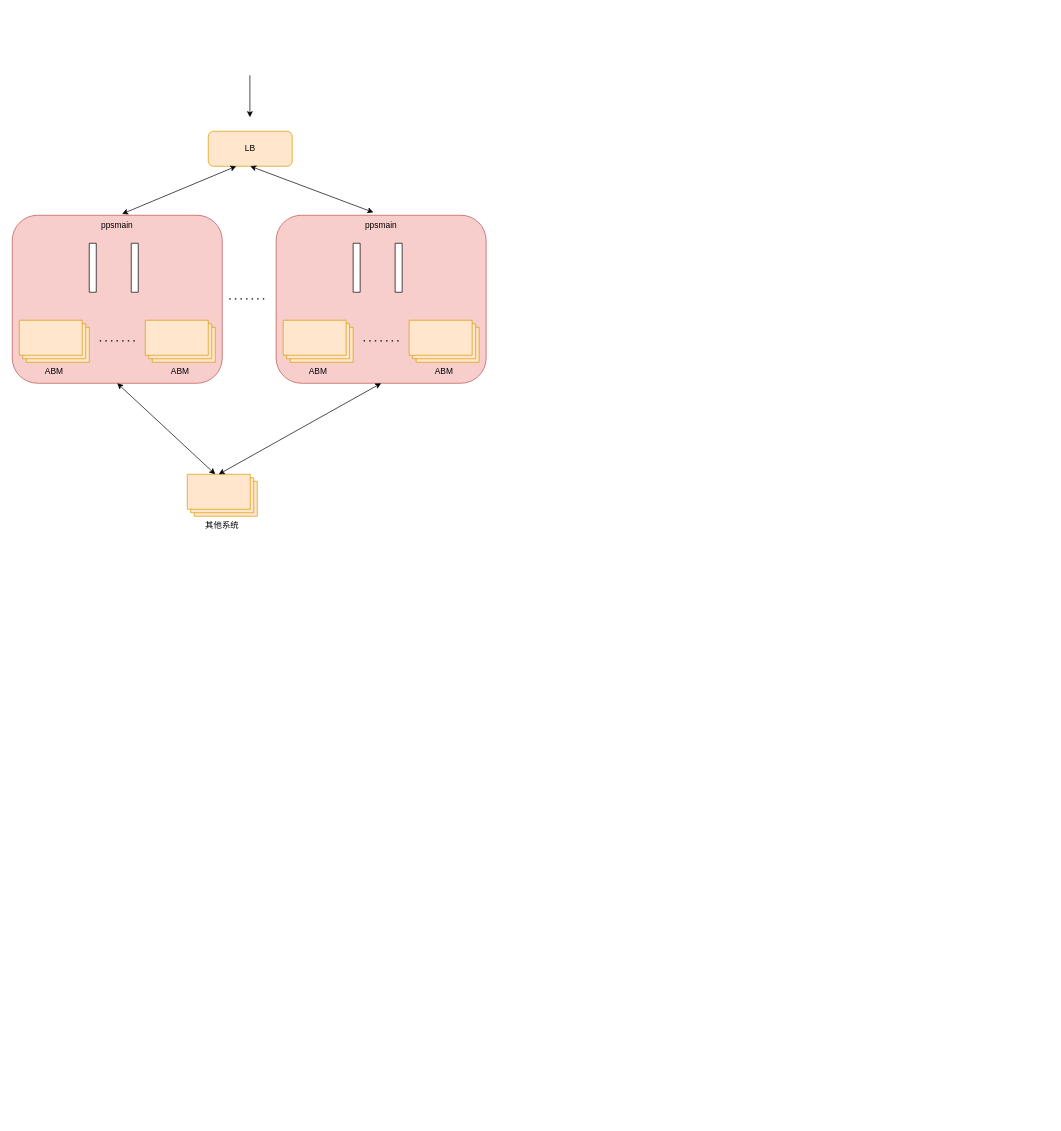
The draw.io diagram 未命名绘图22.drawio in buf1024/drawio, before the edit. Source tidied: cells renumbered, new cells numbered last; positions are measured from the earlier drawing's top-left corner, leaving out a move shared by most shapes. Both pictures are drawn from the tidied source at 70%, with x=0, y=0 at pixel (12, 75).
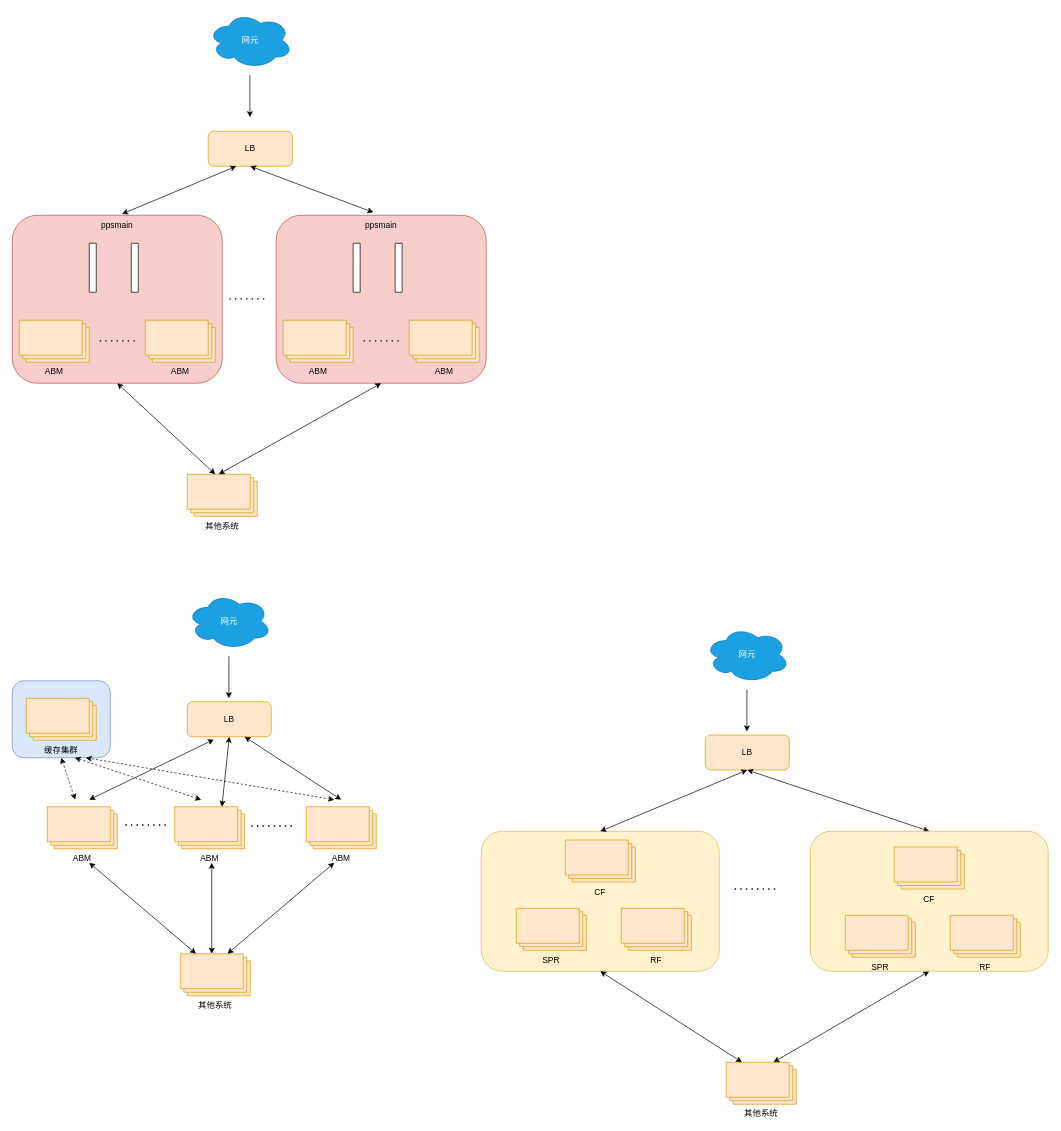
The same page after the edit.

Commit message (it also covers changes not shown here):
更新未命名绘图22.drawio

Diff of the diagram source:
```diff
@@
+    <mxCell id="22" style="rounded=1;whiteSpace=wrap;html=1;fillColor=#fff2cc;strokeColor=#d6b656;" parent="1" vertex="1">
+      <mxGeometry x="670" y="1080" width="340" height="200" as="geometry" />
+    </mxCell>
+    <mxCell id="23" style="rounded=1;whiteSpace=wrap;html=1;fillColor=#dae8fc;strokeColor=#6c8ebf;" parent="1" vertex="1">
+      <mxGeometry y="865" width="140" height="110" as="geometry" />
+    </mxCell>
@@
+    <mxCell id="24" value="LB" style="rounded=1;whiteSpace=wrap;html=1;fillColor=#ffe6cc;strokeColor=#d79b00;" parent="1" vertex="1">
+      <mxGeometry x="250" y="895" width="120" height="50" as="geometry" />
+    </mxCell>
+    <mxCell id="25" value="ABM" style="verticalLabelPosition=bottom;verticalAlign=top;html=1;shape=mxgraph.basic.layered_rect;dx=10;whiteSpace=wrap;fillColor=#ffe6cc;strokeColor=#d79b00;" parent="1" vertex="1">
+      <mxGeometry x="50" y="1045" width="100" height="60" as="geometry" />
+    </mxCell>
+    <mxCell id="26" style="endArrow=classic;html=1;rounded=0;" parent="1" edge="1">
+      <mxGeometry relative="1" as="geometry">
+        <mxPoint x="309.5" y="830" as="sourcePoint" />
+        <mxPoint x="309.5" y="890" as="targetPoint" />
+      </mxGeometry>
+    </mxCell>
+    <mxCell id="27" value="ABM" style="verticalLabelPosition=bottom;verticalAlign=top;html=1;shape=mxgraph.basic.layered_rect;dx=10;outlineConnect=0;whiteSpace=wrap;fillColor=#ffe6cc;strokeColor=#d79b00;" parent="1" vertex="1">
+      <mxGeometry x="232" y="1045" width="100" height="60" as="geometry" />
+    </mxCell>
+    <mxCell id="28" value="ABM" style="verticalLabelPosition=bottom;verticalAlign=top;html=1;shape=mxgraph.basic.layered_rect;dx=10;whiteSpace=wrap;fillColor=#ffe6cc;strokeColor=#d79b00;" parent="1" vertex="1">
+      <mxGeometry x="420" y="1045" width="100" height="60" as="geometry" />
+    </mxCell>
+    <mxCell id="29" value="其他系统" style="verticalLabelPosition=bottom;verticalAlign=top;html=1;shape=mxgraph.basic.layered_rect;dx=10;outlineConnect=0;whiteSpace=wrap;fillColor=#ffe6cc;strokeColor=#d79b00;" parent="1" vertex="1">
+      <mxGeometry x="240" y="1255" width="100" height="60" as="geometry" />
+    </mxCell>
+    <mxCell id="30" style="endArrow=classic;startArrow=classic;html=1;rounded=0;entryX=0.317;entryY=1.08;entryDx=0;entryDy=0;entryPerimeter=0;" parent="1" edge="1" target="24">
+      <mxGeometry relative="1" as="geometry">
+        <mxPoint x="110" y="1035" as="sourcePoint" />
+      </mxGeometry>
+    </mxCell>
+    <mxCell id="31" style="endArrow=classic;startArrow=classic;html=1;rounded=0;exitX=0.683;exitY=1;exitDx=0;exitDy=0;exitPerimeter=0;" parent="1" edge="1" source="24">
+      <mxGeometry relative="1" as="geometry">
+        <mxPoint x="470" y="1035" as="targetPoint" />
+      </mxGeometry>
+    </mxCell>
+    <mxCell id="32" style="endArrow=classic;startArrow=classic;html=1;rounded=0;entryX=0.5;entryY=1;entryDx=0;entryDy=0;exitX=0;exitY=0;exitDx=22.5;exitDy=0;exitPerimeter=0;" parent="1" edge="1" source="29">
+      <mxGeometry relative="1" as="geometry">
+        <mxPoint x="110" y="1125" as="targetPoint" />
+      </mxGeometry>
+    </mxCell>
+    <mxCell id="33" style="endArrow=classic;startArrow=classic;html=1;rounded=0;exitX=0;exitY=0;exitDx=45;exitDy=0;exitPerimeter=0;" parent="1" edge="1" source="29">
+      <mxGeometry relative="1" as="geometry">
+        <mxPoint x="285" y="1125" as="targetPoint" />
+      </mxGeometry>
+    </mxCell>
+    <mxCell id="34" style="endArrow=none;dashed=1;html=1;dashPattern=1 3;strokeWidth=2;rounded=0;" parent="1" edge="1">
+      <mxGeometry relative="1" as="geometry">
+        <mxPoint x="161.5" y="1071" as="sourcePoint" />
+        <mxPoint x="220" y="1071" as="targetPoint" />
+      </mxGeometry>
+    </mxCell>
+    <mxCell id="35" style="endArrow=none;dashed=1;html=1;dashPattern=1 3;strokeWidth=2;rounded=0;" parent="1" edge="1">
+      <mxGeometry relative="1" as="geometry">
+        <mxPoint x="341.5" y="1072.5" as="sourcePoint" />
+        <mxPoint x="400" y="1072.5" as="targetPoint" />
+      </mxGeometry>
+    </mxCell>
+    <mxCell id="36" style="endArrow=classic;startArrow=classic;html=1;rounded=0;exitX=0.5;exitY=1;exitDx=0;exitDy=0;entryX=0;entryY=0;entryDx=67.5;entryDy=0;entryPerimeter=0;" parent="1" edge="1" source="24" target="27">
+      <mxGeometry relative="1" as="geometry" />
+    </mxCell>
+    <mxCell id="37" style="endArrow=classic;startArrow=classic;html=1;rounded=0;exitX=0;exitY=0;exitDx=67.5;exitDy=0;exitPerimeter=0;" parent="1" edge="1" source="29">
+      <mxGeometry relative="1" as="geometry">
+        <mxPoint x="460" y="1125" as="targetPoint" />
+      </mxGeometry>
+    </mxCell>
+    <mxCell id="38" value="缓存集群" style="verticalLabelPosition=bottom;verticalAlign=top;html=1;shape=mxgraph.basic.layered_rect;dx=10;whiteSpace=wrap;fillColor=#ffe6cc;strokeColor=#d79b00;" parent="1" vertex="1">
+      <mxGeometry x="20" y="890" width="100" height="60" as="geometry" />
+    </mxCell>
+    <mxCell id="39" style="endArrow=classic;startArrow=classic;html=1;rounded=0;dashed=1;entryX=0.5;entryY=1;entryDx=0;entryDy=0;" parent="1" edge="1" target="23">
+      <mxGeometry relative="1" as="geometry">
+        <mxPoint x="90" y="1035" as="sourcePoint" />
+      </mxGeometry>
+    </mxCell>
+    <mxCell id="40" style="endArrow=classic;startArrow=classic;html=1;rounded=0;dashed=1;entryX=0.638;entryY=1;entryDx=0;entryDy=0;entryPerimeter=0;" parent="1" edge="1" target="23">
+      <mxGeometry relative="1" as="geometry">
+        <mxPoint x="270" y="1035" as="sourcePoint" />
+      </mxGeometry>
+    </mxCell>
+    <mxCell id="41" style="endArrow=classic;startArrow=classic;html=1;rounded=0;dashed=1;entryX=0.75;entryY=1;entryDx=0;entryDy=0;" parent="1" edge="1" target="23">
+      <mxGeometry relative="1" as="geometry">
+        <mxPoint x="460" y="1035" as="sourcePoint" />
+      </mxGeometry>
+    </mxCell>
+    <mxCell id="42" value="网元" style="ellipse;shape=cloud;whiteSpace=wrap;html=1;fillColor=#1ba1e2;strokeColor=#006EAF;fontColor=#ffffff;" parent="1" vertex="1">
+      <mxGeometry x="280" y="-90" width="120" height="80" as="geometry" />
+    </mxCell>
+    <mxCell id="43" value="网元" style="ellipse;shape=cloud;whiteSpace=wrap;html=1;fillColor=#1ba1e2;strokeColor=#006EAF;fontColor=#ffffff;" parent="1" vertex="1">
+      <mxGeometry x="250" y="740" width="120" height="80" as="geometry" />
+    </mxCell>
+    <mxCell id="44" value="LB" style="rounded=1;whiteSpace=wrap;html=1;fillColor=#ffe6cc;strokeColor=#d79b00;" parent="1" vertex="1">
+      <mxGeometry x="990" y="942.5" width="120" height="50" as="geometry" />
+    </mxCell>
+    <mxCell id="45" value="CF" style="verticalLabelPosition=bottom;verticalAlign=top;html=1;shape=mxgraph.basic.layered_rect;dx=10;whiteSpace=wrap;fillColor=#ffe6cc;strokeColor=#d79b00;" parent="1" vertex="1">
+      <mxGeometry x="790" y="1092.5" width="100" height="60" as="geometry" />
+    </mxCell>
+    <mxCell id="46" style="endArrow=classic;html=1;rounded=0;" parent="1" edge="1">
+      <mxGeometry relative="1" as="geometry">
+        <mxPoint x="1049.5" y="877.5" as="sourcePoint" />
+        <mxPoint x="1049.5" y="937.5" as="targetPoint" />
+      </mxGeometry>
+    </mxCell>
+    <mxCell id="47" value="其他系统" style="verticalLabelPosition=bottom;verticalAlign=top;html=1;shape=mxgraph.basic.layered_rect;dx=10;outlineConnect=0;whiteSpace=wrap;fillColor=#ffe6cc;strokeColor=#d79b00;" parent="1" vertex="1">
+      <mxGeometry x="1020" y="1410" width="100" height="60" as="geometry" />
+    </mxCell>
+    <mxCell id="48" style="endArrow=classic;startArrow=classic;html=1;rounded=0;entryX=0.5;entryY=1;entryDx=0;entryDy=0;exitX=0.5;exitY=0;exitDx=0;exitDy=0;" parent="1" edge="1" source="22" target="44">
+      <mxGeometry relative="1" as="geometry" />
+    </mxCell>
+    <mxCell id="49" style="endArrow=classic;startArrow=classic;html=1;rounded=0;exitX=0;exitY=0;exitDx=22.5;exitDy=0;exitPerimeter=0;entryX=0.5;entryY=1;entryDx=0;entryDy=0;" parent="1" edge="1" source="47" target="22">
+      <mxGeometry relative="1" as="geometry" />
+    </mxCell>
+    <mxCell id="50" style="endArrow=none;dashed=1;html=1;dashPattern=1 3;strokeWidth=2;rounded=0;" parent="1" edge="1">
+      <mxGeometry relative="1" as="geometry">
+        <mxPoint x="1032" y="1162.5" as="sourcePoint" />
+        <mxPoint x="1090.5" y="1162.5" as="targetPoint" />
+      </mxGeometry>
+    </mxCell>
+    <mxCell id="51" style="endArrow=classic;startArrow=classic;html=1;rounded=0;exitX=0.5;exitY=1;exitDx=0;exitDy=0;entryX=0.5;entryY=0;entryDx=0;entryDy=0;" parent="1" edge="1" source="44" target="56">
+      <mxGeometry relative="1" as="geometry" />
+    </mxCell>
+    <mxCell id="52" style="endArrow=classic;startArrow=classic;html=1;rounded=0;exitX=0;exitY=0;exitDx=67.5;exitDy=0;exitPerimeter=0;entryX=0.5;entryY=1;entryDx=0;entryDy=0;" parent="1" edge="1" source="47" target="56">
+      <mxGeometry relative="1" as="geometry" />
+    </mxCell>
+    <mxCell id="53" value="网元" style="ellipse;shape=cloud;whiteSpace=wrap;html=1;fillColor=#1ba1e2;strokeColor=#006EAF;fontColor=#ffffff;" parent="1" vertex="1">
+      <mxGeometry x="990" y="787.5" width="120" height="80" as="geometry" />
+    </mxCell>
+    <mxCell id="54" value="SPR" style="verticalLabelPosition=bottom;verticalAlign=top;html=1;shape=mxgraph.basic.layered_rect;dx=10;whiteSpace=wrap;fillColor=#ffe6cc;strokeColor=#d79b00;" parent="1" vertex="1">
+      <mxGeometry x="720" y="1190" width="100" height="60" as="geometry" />
+    </mxCell>
+    <mxCell id="55" value="RF" style="verticalLabelPosition=bottom;verticalAlign=top;html=1;shape=mxgraph.basic.layered_rect;dx=10;whiteSpace=wrap;fillColor=#ffe6cc;strokeColor=#d79b00;" parent="1" vertex="1">
+      <mxGeometry x="870" y="1190" width="100" height="60" as="geometry" />
+    </mxCell>
+    <mxCell id="56" style="rounded=1;whiteSpace=wrap;html=1;fillColor=#fff2cc;strokeColor=#d6b656;" parent="1" vertex="1">
+      <mxGeometry x="1140" y="1080" width="340" height="200" as="geometry" />
+    </mxCell>
+    <mxCell id="57" value="CF" style="verticalLabelPosition=bottom;verticalAlign=top;html=1;shape=mxgraph.basic.layered_rect;dx=10;whiteSpace=wrap;fillColor=#ffe6cc;strokeColor=#d79b00;" parent="1" vertex="1">
+      <mxGeometry x="1260" y="1102.5" width="100" height="60" as="geometry" />
+    </mxCell>
+    <mxCell id="58" value="SPR" style="verticalLabelPosition=bottom;verticalAlign=top;html=1;shape=mxgraph.basic.layered_rect;dx=10;whiteSpace=wrap;fillColor=#ffe6cc;strokeColor=#d79b00;" parent="1" vertex="1">
+      <mxGeometry x="1190" y="1200" width="100" height="60" as="geometry" />
+    </mxCell>
+    <mxCell id="59" value="RF" style="verticalLabelPosition=bottom;verticalAlign=top;html=1;shape=mxgraph.basic.layered_rect;dx=10;whiteSpace=wrap;fillColor=#ffe6cc;strokeColor=#d79b00;" parent="1" vertex="1">
+      <mxGeometry x="1340" y="1200" width="100" height="60" as="geometry" />
+    </mxCell>
```
